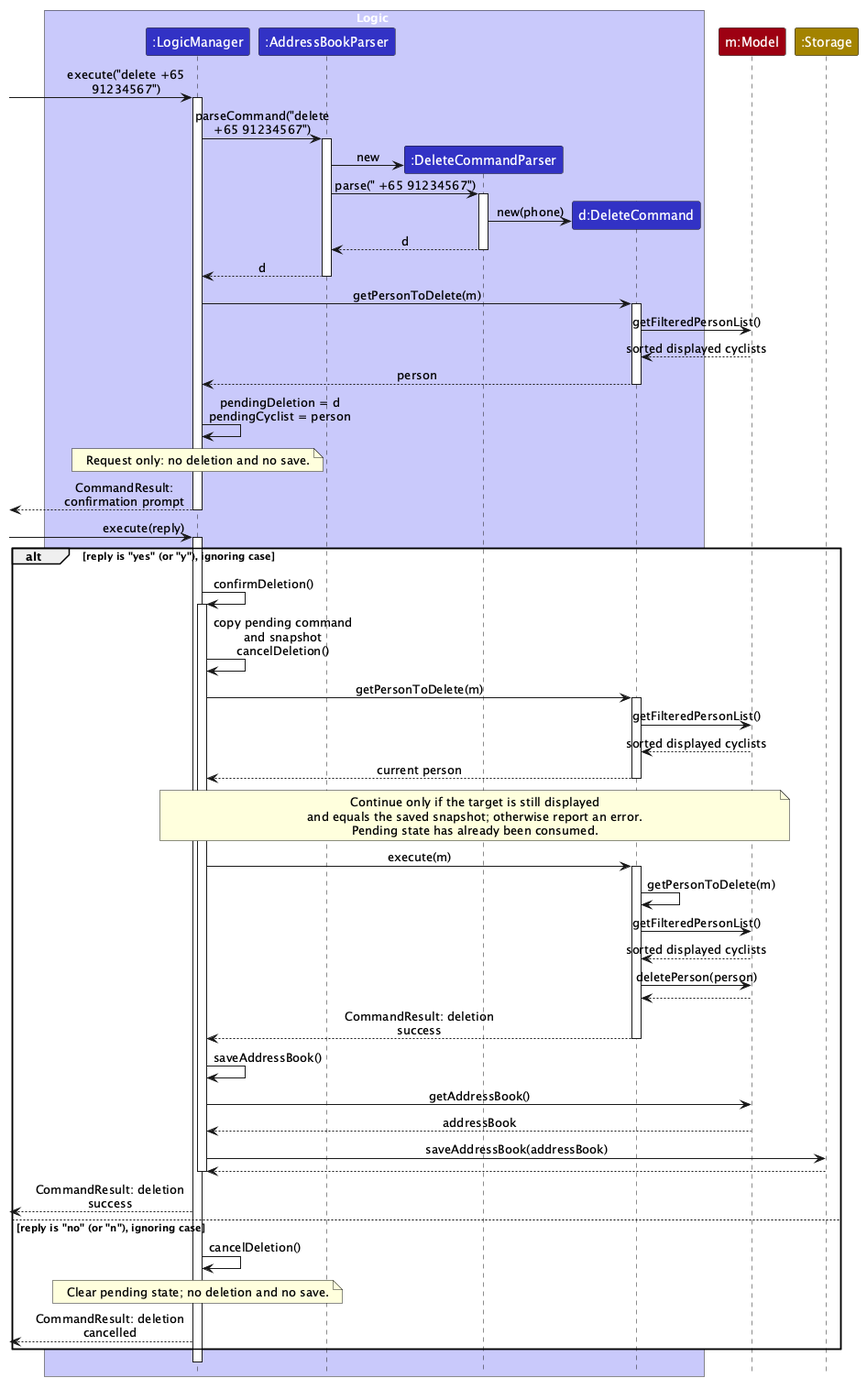
Above: docs/images/DeleteSequenceDiagram.png in AY2627S1-CS2103T-W11-1/tp (PlantUML), before the change.
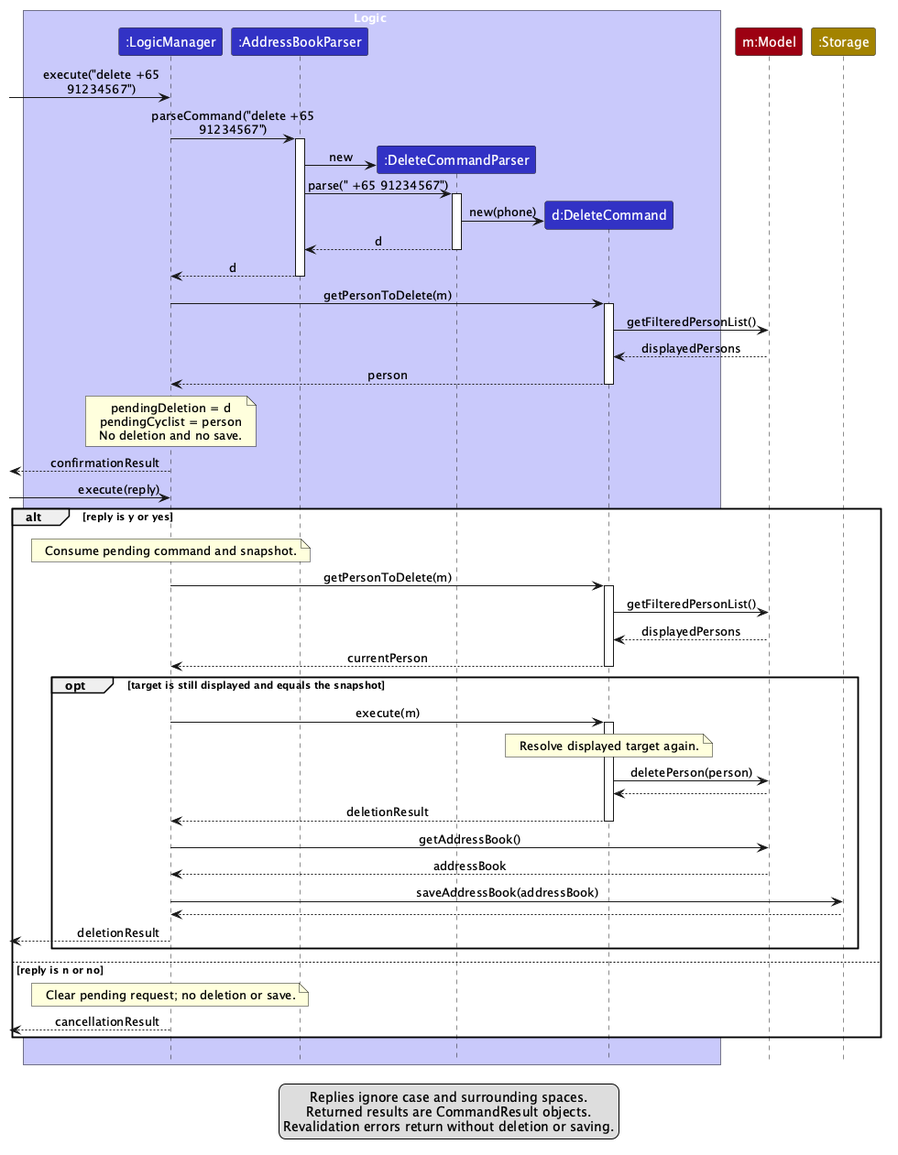
Above is the later version.

Diff of the diagram source:
```diff
@@ -1,7 +1,7 @@
 @startuml
 !include style.puml
 skinparam ArrowFontStyle plain
-skinparam maxMessageSize 170
+skinparam maxMessageSize 190
 !pragma sequenceMessageSpan true
 
 box Logic LOGIC_COLOR_T1
@@ -14,7 +14,6 @@
 participant ":Storage" as Storage STORAGE_COLOR
 
 [-> LogicManager : execute("delete +65 91234567")
-activate LogicManager
 LogicManager -> Parser : parseCommand("delete +65 91234567")
 activate Parser
 create DeleteParser
@@ -30,51 +29,47 @@
 LogicManager -> DeleteCommand : getPersonToDelete(m)
 activate DeleteCommand
 DeleteCommand -> Model : getFilteredPersonList()
-Model --> DeleteCommand : sorted displayed cyclists
+Model --> DeleteCommand : displayedPersons
 DeleteCommand --> LogicManager : person
 deactivate DeleteCommand
-LogicManager -> LogicManager : pendingDeletion = d\npendingCyclist = person
-note over LogicManager : Request only: no deletion and no save.
-[<-- LogicManager : CommandResult: confirmation prompt
-deactivate LogicManager
+note over LogicManager
+  pendingDeletion = d
+  pendingCyclist = person
+  No deletion and no save.
+end note
+[<-- LogicManager : confirmationResult
 
 [-> LogicManager : execute(reply)
-activate LogicManager
-alt reply is "yes" (or "y"), ignoring case
-    LogicManager -> LogicManager : confirmDeletion()
-    activate LogicManager
-    LogicManager -> LogicManager : copy pending command and snapshot\ncancelDeletion()
+alt reply is y or yes
+    note over LogicManager : Consume pending command and snapshot.
     LogicManager -> DeleteCommand : getPersonToDelete(m)
     activate DeleteCommand
     DeleteCommand -> Model : getFilteredPersonList()
-    Model --> DeleteCommand : sorted displayed cyclists
-    DeleteCommand --> LogicManager : current person
+    Model --> DeleteCommand : displayedPersons
+    DeleteCommand --> LogicManager : currentPerson
     deactivate DeleteCommand
-    note over LogicManager, Model
-      Continue only if the target is still displayed
-      and equals the saved snapshot; otherwise report an error.
-      Pending state has already been consumed.
-    end note
-    LogicManager -> DeleteCommand : execute(m)
-    activate DeleteCommand
-    DeleteCommand -> DeleteCommand : getPersonToDelete(m)
-    DeleteCommand -> Model : getFilteredPersonList()
-    Model --> DeleteCommand : sorted displayed cyclists
-    DeleteCommand -> Model : deletePerson(person)
-    Model --> DeleteCommand
-    DeleteCommand --> LogicManager : CommandResult: deletion success
-    deactivate DeleteCommand
-    LogicManager -> LogicManager : saveAddressBook()
-    LogicManager -> Model : getAddressBook()
-    Model --> LogicManager : addressBook
-    LogicManager -> Storage : saveAddressBook(addressBook)
-    Storage --> LogicManager
-    deactivate LogicManager
-    [<-- LogicManager : CommandResult: deletion success
-else reply is "no" (or "n"), ignoring case
-    LogicManager -> LogicManager : cancelDeletion()
-    note over LogicManager : Clear pending state; no deletion and no save.
-    [<-- LogicManager : CommandResult: deletion cancelled
+    opt target is still displayed and equals the snapshot
+        LogicManager -> DeleteCommand : execute(m)
+        activate DeleteCommand
+        note over DeleteCommand : Resolve displayed target again.
+        DeleteCommand -> Model : deletePerson(person)
+        Model --> DeleteCommand
+        DeleteCommand --> LogicManager : deletionResult
+        deactivate DeleteCommand
+        LogicManager -> Model : getAddressBook()
+        Model --> LogicManager : addressBook
+        LogicManager -> Storage : saveAddressBook(addressBook)
+        Storage --> LogicManager
+        [<-- LogicManager : deletionResult
+    end
+else reply is n or no
+    note over LogicManager : Clear pending request; no deletion or save.
+    [<-- LogicManager : cancellationResult
 end
-deactivate LogicManager
+
+legend bottom
+  Replies ignore case and surrounding spaces.
+  Returned results are CommandResult objects.
+  Revalidation errors return without deletion or saving.
+endlegend
 @enduml
```
